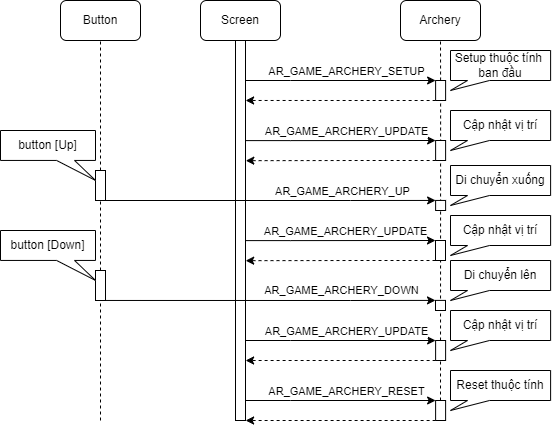
Earlier version of the draw.io export images/archery_sequence.png (QuocBuu/tai_lieu_archery_game). Source tidied: cells renumbered, new cells last; positions are measured from the earlier drawing's top-left corner, leaving out a move shared by most shapes.
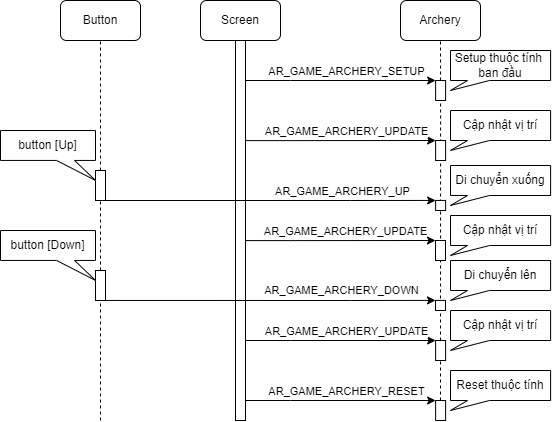
Above is the later version.

What changed in the source:
```diff
@@ -44,15 +44,6 @@
         <mxPoint x="440" y="400" as="sourcePoint" />
       </mxGeometry>
     </mxCell>
-    <mxCell id="12" style="edgeStyle=orthogonalEdgeStyle;rounded=0;jettySize=auto;html=1;exitX=0;exitY=1;exitDx=0;exitDy=0;entryX=1;entryY=0.147;entryDx=0;entryDy=0;entryPerimeter=0;dashed=1;" parent="1" edge="1" source="13">
-      <mxGeometry relative="1" as="geometry">
-        <mxPoint x="245.1" y="100" as="targetPoint" />
-        <Array as="points">
-          <mxPoint x="360.1" y="100" />
-          <mxPoint x="360.1" y="100" />
-        </Array>
-      </mxGeometry>
-    </mxCell>
     <mxCell id="13" style="rounded=0;whiteSpace=wrap;html=1;" parent="1" vertex="1">
       <mxGeometry x="435.1" y="80" width="10" height="20" as="geometry" />
     </mxCell>
@@ -75,14 +66,6 @@
         <mxPoint x="8" y="-12" as="offset" />
       </mxGeometry>
     </mxCell>
-    <mxCell id="18" style="edgeStyle=orthogonalEdgeStyle;rounded=0;jettySize=auto;html=1;exitX=0;exitY=1;exitDx=0;exitDy=0;dashed=1;entryX=1.019;entryY=0.324;entryDx=0;entryDy=0;entryPerimeter=0;" parent="1" edge="1" source="19">
-      <mxGeometry relative="1" as="geometry">
-        <mxPoint x="245.3" y="160.2" as="targetPoint" />
-        <Array as="points">
-          <mxPoint x="360.1" y="160" />
-        </Array>
-      </mxGeometry>
-    </mxCell>
     <mxCell id="19" style="rounded=0;whiteSpace=wrap;html=1;" parent="1" vertex="1">
       <mxGeometry x="435.1" y="140" width="10" height="20" as="geometry" />
     </mxCell>
@@ -99,14 +82,6 @@
         <mxPoint x="8" y="-12" as="offset" />
       </mxGeometry>
     </mxCell>
-    <mxCell id="22" style="edgeStyle=orthogonalEdgeStyle;rounded=0;jettySize=auto;html=1;exitX=0;exitY=1;exitDx=0;exitDy=0;dashed=1;entryX=1.019;entryY=0.324;entryDx=0;entryDy=0;entryPerimeter=0;" parent="1" edge="1" source="23">
-      <mxGeometry relative="1" as="geometry">
-        <mxPoint x="245.1" y="360" as="targetPoint" />
-        <Array as="points">
-          <mxPoint x="360.1" y="360" />
-        </Array>
-      </mxGeometry>
-    </mxCell>
     <mxCell id="23" style="rounded=0;whiteSpace=wrap;html=1;" parent="1" vertex="1">
       <mxGeometry x="435.1" y="340" width="10" height="20" as="geometry" />
     </mxCell>
@@ -147,14 +122,6 @@
         <mxPoint x="8" y="-12" as="offset" />
       </mxGeometry>
     </mxCell>
-    <mxCell id="31" style="edgeStyle=orthogonalEdgeStyle;rounded=0;jettySize=auto;html=1;exitX=0;exitY=1;exitDx=0;exitDy=0;dashed=1;entryX=1.019;entryY=0.324;entryDx=0;entryDy=0;entryPerimeter=0;" parent="1" edge="1" source="32">
-      <mxGeometry relative="1" as="geometry">
-        <mxPoint x="245.2" y="260.2" as="targetPoint" />
-        <Array as="points">
-          <mxPoint x="360" y="260" />
-        </Array>
-      </mxGeometry>
-    </mxCell>
     <mxCell id="32" style="rounded=0;whiteSpace=wrap;html=1;" parent="1" vertex="1">
       <mxGeometry x="435" y="240" width="10" height="20" as="geometry" />
     </mxCell>
@@ -188,14 +155,6 @@
         <mxPoint x="8" y="-12" as="offset" />
       </mxGeometry>
     </mxCell>
-    <mxCell id="38" style="edgeStyle=orthogonalEdgeStyle;rounded=0;jettySize=auto;html=1;exitX=0;exitY=1;exitDx=0;exitDy=0;dashed=1;entryX=1.019;entryY=0.324;entryDx=0;entryDy=0;entryPerimeter=0;" parent="1" edge="1" source="39">
-      <mxGeometry relative="1" as="geometry">
-        <mxPoint x="245.1" y="420" as="targetPoint" />
-        <Array as="points">
-          <mxPoint x="360.1" y="420" />
-        </Array>
-      </mxGeometry>
-    </mxCell>
     <mxCell id="39" style="rounded=0;whiteSpace=wrap;html=1;" parent="1" vertex="1">
       <mxGeometry x="435.1" y="400" width="10" height="20" as="geometry" />
     </mxCell>
```
